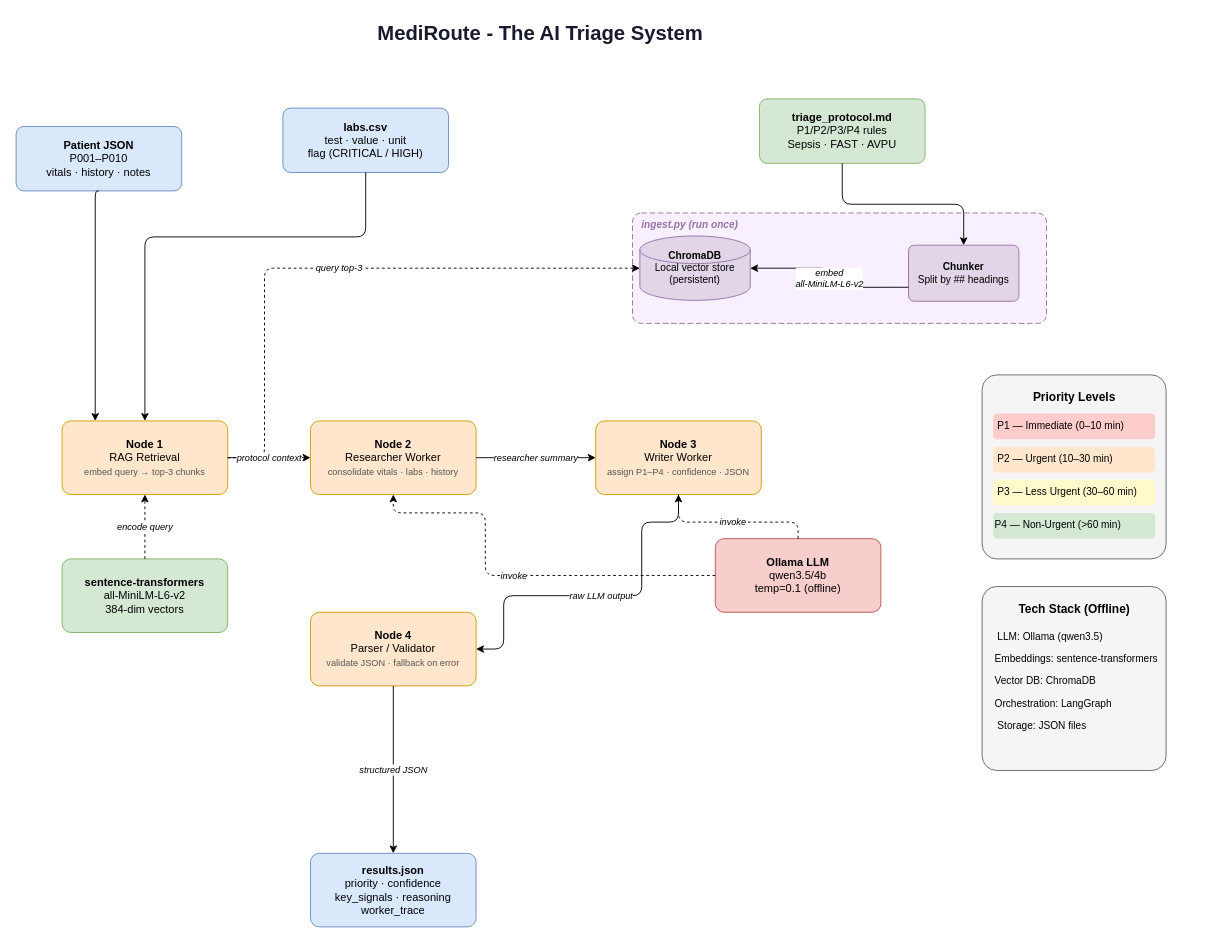
Before: system_diagram/mediroute_architecture.drawio.xml in bottyash/krACCYHackers, a draw.io diagram. Source tidied: cells renumbered, new cells numbered last; positions are measured from the earlier drawing's top-left corner, leaving out a move shared by most shapes. Both pictures are drawn from the tidied source at 92%, with x=0, y=0 at pixel (16, 16).
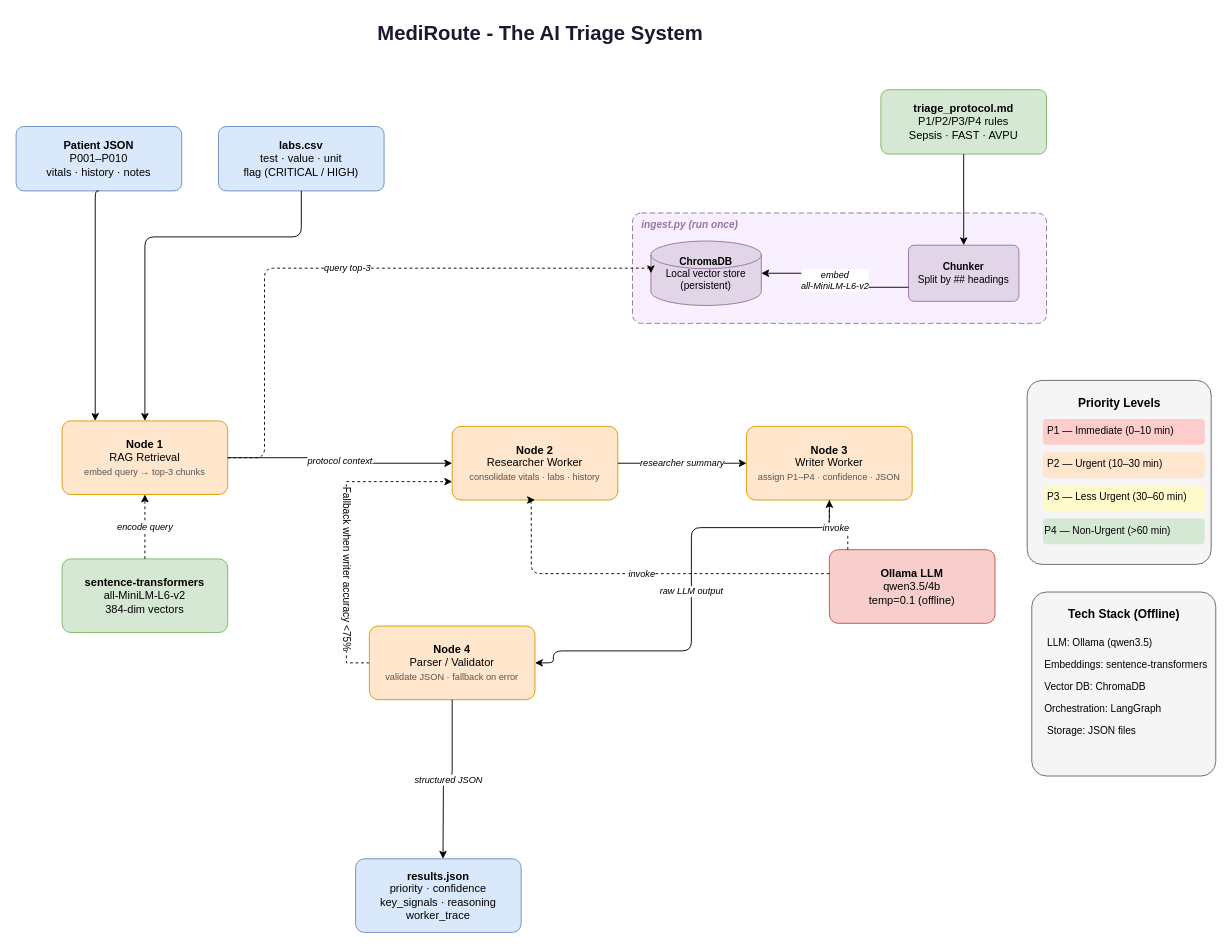
After the change.

Commit message (it also covers changes not shown here):
update system diagram

The change refers to these unchanged cells:
```xml
<mxCell id="11" value="&lt;b&gt;Node 1&lt;/b&gt;&lt;br&gt;RAG Retrieval&lt;br&gt;&lt;font style='font-size:10px;color:#555'&gt;embed query → top-3 chunks&lt;/font&gt;" style="rounded=1;whiteSpace=wrap;html=1;fillColor=#ffe6cc;strokeColor=#d79b00;fontSize=12;arcSize=12;" parent="1" vertex="1">
  <mxGeometry x="50" y="440" width="180" height="80" as="geometry" />
</mxCell>
```

Diff of the diagram source:
```diff
@@
     <mxCell id="4" value="&lt;b&gt;labs.csv&lt;/b&gt;&lt;br&gt;test · value · unit&lt;br&gt;flag (CRITICAL / HIGH)" style="rounded=1;whiteSpace=wrap;html=1;fillColor=#dae8fc;strokeColor=#6c8ebf;fontSize=12;arcSize=12;" parent="1" vertex="1">
-      <mxGeometry x="290" y="100" width="180" height="70" as="geometry" />
+      <mxGeometry x="220" y="120" width="180" height="70" as="geometry" />
     </mxCell>
     <mxCell id="5" value="&lt;b&gt;triage_protocol.md&lt;/b&gt;&lt;br&gt;P1/P2/P3/P4 rules&lt;br&gt;Sepsis · FAST · AVPU" style="rounded=1;whiteSpace=wrap;html=1;fillColor=#d5e8d4;strokeColor=#82b366;fontSize=12;arcSize=12;" parent="1" vertex="1">
-      <mxGeometry x="808" y="90" width="180" height="70" as="geometry" />
+      <mxGeometry x="940" y="80" width="180" height="70" as="geometry" />
     </mxCell>
@@
     <mxCell id="9" value="&lt;b&gt;ChromaDB&lt;/b&gt;&lt;br&gt;Local vector store&lt;br&gt;(persistent)" style="shape=cylinder3;whiteSpace=wrap;html=1;fillColor=#e1d5e7;strokeColor=#9673a6;fontSize=11;" parent="1" vertex="1">
-      <mxGeometry x="678" y="239" width="120" height="70" as="geometry" />
+      <mxGeometry x="690" y="244.5" width="120" height="70" as="geometry" />
     </mxCell>
@@
     <mxCell id="12" value="&lt;b&gt;Node 2&lt;/b&gt;&lt;br&gt;Researcher Worker&lt;br&gt;&lt;font style='font-size:10px;color:#555'&gt;consolidate vitals · labs · history&lt;/font&gt;" style="rounded=1;whiteSpace=wrap;html=1;fillColor=#ffe6cc;strokeColor=#d79b00;fontSize=12;arcSize=12;" parent="1" vertex="1">
-      <mxGeometry x="320" y="440" width="180" height="80" as="geometry" />
+      <mxGeometry x="474" y="446" width="180" height="80" as="geometry" />
     </mxCell>
     <mxCell id="13" value="&lt;b&gt;Node 3&lt;/b&gt;&lt;br&gt;Writer Worker&lt;br&gt;&lt;font style='font-size:10px;color:#555'&gt;assign P1–P4 · confidence · JSON&lt;/font&gt;" style="rounded=1;whiteSpace=wrap;html=1;fillColor=#ffe6cc;strokeColor=#d79b00;fontSize=12;arcSize=12;" parent="1" vertex="1">
-      <mxGeometry x="630" y="440" width="180" height="80" as="geometry" />
+      <mxGeometry x="794" y="446" width="180" height="80" as="geometry" />
     </mxCell>
+    <mxCell id="42" value="Fallback when writer accuracy &amp;lt;75%" style="edgeStyle=orthogonalEdgeStyle;rounded=0;jettySize=auto;html=1;entryX=0;entryY=0.75;entryDx=0;entryDy=0;dashed=1;textDirection=vertical-rl;" parent="1" edge="1" source="14" target="12">
+      <mxGeometry x="-0.24" relative="1" as="geometry">
+        <Array as="points">
+          <mxPoint x="359" y="703" />
+          <mxPoint x="359" y="506" />
+        </Array>
+        <mxPoint y="1" as="offset" />
+      </mxGeometry>
+    </mxCell>
     <mxCell id="14" value="&lt;b&gt;Node 4&lt;/b&gt;&lt;br&gt;Parser / Validator&lt;br&gt;&lt;font style='font-size:10px;color:#555'&gt;validate JSON · fallback on error&lt;/font&gt;" style="rounded=1;whiteSpace=wrap;html=1;fillColor=#ffe6cc;strokeColor=#d79b00;fontSize=12;arcSize=12;" parent="1" vertex="1">
-      <mxGeometry x="320" y="648" width="180" height="80" as="geometry" />
+      <mxGeometry x="384" y="663" width="180" height="80" as="geometry" />
     </mxCell>
     <mxCell id="15" value="&lt;b&gt;Ollama LLM&lt;/b&gt;&lt;br&gt;qwen3.5/4b&lt;div&gt;temp=0.1 (offline)&lt;/div&gt;" style="rounded=1;whiteSpace=wrap;html=1;fillColor=#f8cecc;strokeColor=#b85450;fontSize=12;arcSize=12;" parent="1" vertex="1">
-      <mxGeometry x="760" y="568" width="180" height="80" as="geometry" />
+      <mxGeometry x="884" y="580" width="180" height="80" as="geometry" />
     </mxCell>
@@
     <mxCell id="17" value="&lt;b&gt;results.json&lt;/b&gt;&lt;br&gt;priority · confidence&lt;br&gt;key_signals · reasoning&lt;br&gt;worker_trace" style="rounded=1;whiteSpace=wrap;html=1;fillColor=#dae8fc;strokeColor=#6c8ebf;fontSize=12;arcSize=12;" parent="1" vertex="1">
-      <mxGeometry x="320" y="910" width="180" height="80" as="geometry" />
+      <mxGeometry x="369" y="916" width="180" height="80" as="geometry" />
     </mxCell>
     <mxCell id="18" style="rounded=1;whiteSpace=wrap;html=1;fillColor=#f5f5f5;strokeColor=#666666;arcSize=8;" parent="1" vertex="1">
-      <mxGeometry x="1050" y="390" width="200" height="200" as="geometry" />
+      <mxGeometry x="1099" y="396" width="200" height="200" as="geometry" />
     </mxCell>
     <mxCell id="19" value="&lt;b&gt;Priority Levels&lt;/b&gt;" style="text;html=1;strokeColor=none;fillColor=none;align=center;fontSize=13;" parent="1" vertex="1">
-      <mxGeometry x="1050" y="400" width="200" height="24" as="geometry" />
+      <mxGeometry x="1099" y="406" width="200" height="24" as="geometry" />
     </mxCell>
     <mxCell id="20" value="&amp;nbsp;P1 — Immediate (0–10 min)" style="text;html=1;strokeColor=none;fillColor=#ffcccc;align=left;fontSize=11;rounded=1;" parent="1" vertex="1">
-      <mxGeometry x="1062" y="432" width="176" height="28" as="geometry" />
+      <mxGeometry x="1116" y="438" width="176" height="28" as="geometry" />
     </mxCell>
     <mxCell id="21" value="&amp;nbsp;P2 — Urgent (10–30 min)" style="text;html=1;strokeColor=none;fillColor=#ffe6cc;align=left;fontSize=11;rounded=1;" parent="1" vertex="1">
-      <mxGeometry x="1062" y="468" width="176" height="28" as="geometry" />
+      <mxGeometry x="1116" y="474" width="176" height="28" as="geometry" />
     </mxCell>
     <mxCell id="22" value="&amp;nbsp;P3 — Less Urgent (30–60 min)" style="text;html=1;strokeColor=none;fillColor=#fffacc;align=left;fontSize=11;rounded=1;" parent="1" vertex="1">
-      <mxGeometry x="1062" y="504" width="176" height="28" as="geometry" />
+      <mxGeometry x="1116" y="510" width="176" height="28" as="geometry" />
     </mxCell>
     <mxCell id="23" value="P4 — Non-Urgent (&amp;gt;60 min)" style="text;html=1;strokeColor=none;fillColor=#d5e8d4;align=left;fontSize=11;rounded=1;" parent="1" vertex="1">
-      <mxGeometry x="1062" y="540" width="176" height="28" as="geometry" />
+      <mxGeometry x="1116" y="546" width="176" height="28" as="geometry" />
     </mxCell>
     <mxCell id="24" style="rounded=1;whiteSpace=wrap;html=1;fillColor=#f5f5f5;strokeColor=#666666;arcSize=8;" parent="1" vertex="1">
-      <mxGeometry x="1050" y="620" width="200" height="200" as="geometry" />
+      <mxGeometry x="1104" y="626" width="200" height="200" as="geometry" />
     </mxCell>
     <mxCell id="25" value="&lt;b&gt;Tech Stack (Offline)&lt;/b&gt;" style="text;html=1;strokeColor=none;fillColor=none;align=center;fontSize=13;" parent="1" vertex="1">
-      <mxGeometry x="1050" y="630" width="200" height="24" as="geometry" />
+      <mxGeometry x="1104" y="636" width="200" height="24" as="geometry" />
     </mxCell>
     <mxCell id="26" value="&amp;nbsp;LLM: Ollama (qwen3.5)" style="text;html=1;strokeColor=none;fillColor=none;align=left;fontSize=11;" parent="1" vertex="1">
-      <mxGeometry x="1062" y="662" width="176" height="22" as="geometry" />
+      <mxGeometry x="1116" y="668" width="176" height="22" as="geometry" />
     </mxCell>
     <mxCell id="27" value="Embeddings: sentence-transformers" style="text;html=1;strokeColor=none;fillColor=none;align=left;fontSize=11;" parent="1" vertex="1">
-      <mxGeometry x="1062" y="686" width="176" height="22" as="geometry" />
+      <mxGeometry x="1116" y="692" width="176" height="22" as="geometry" />
     </mxCell>
     <mxCell id="28" value="Vector DB: ChromaDB" style="text;html=1;strokeColor=none;fillColor=none;align=left;fontSize=11;" parent="1" vertex="1">
-      <mxGeometry x="1062" y="710" width="176" height="22" as="geometry" />
+      <mxGeometry x="1116" y="716" width="176" height="22" as="geometry" />
     </mxCell>
     <mxCell id="29" value="Orchestration: LangGraph" style="text;html=1;strokeColor=none;fillColor=none;align=left;fontSize=11;" parent="1" vertex="1">
-      <mxGeometry x="1062" y="734" width="176" height="22" as="geometry" />
+      <mxGeometry x="1116" y="740" width="176" height="22" as="geometry" />
     </mxCell>
     <mxCell id="30" value="&amp;nbsp;Storage: JSON files" style="text;html=1;strokeColor=none;fillColor=none;align=left;fontSize=11;" parent="1" vertex="1">
-      <mxGeometry x="1062" y="758" width="176" height="22" as="geometry" />
+      <mxGeometry x="1116" y="764" width="176" height="22" as="geometry" />
     </mxCell>
@@
     <mxCell id="32" style="edgeStyle=orthogonalEdgeStyle;html=1;exitX=0.5;exitY=1;exitDx=0;exitDy=0;entryX=0.5;entryY=0;entryDx=0;entryDy=0;" parent="1" edge="1" source="4" target="11">
       <mxGeometry relative="1" as="geometry">
         <Array as="points">
-          <mxPoint x="380" y="240" />
+          <mxPoint x="310" y="240" />
           <mxPoint x="140" y="240" />
         </Array>
       </mxGeometry>
     </mxCell>
@@
     <mxCell id="37" value="raw LLM output" style="edgeStyle=orthogonalEdgeStyle;html=1;fontSize=10;fontStyle=2;exitX=0.5;exitY=1;exitDx=0;exitDy=0;entryX=1;entryY=0.5;entryDx=0;entryDy=0;" parent="1" edge="1" source="13" target="14">
       <mxGeometry relative="1" as="geometry">
         <Array as="points">
-          <mxPoint x="720" y="550" />
-          <mxPoint x="680" y="550" />
-          <mxPoint x="680" y="630" />
-          <mxPoint x="530" y="630" />
-          <mxPoint x="530" y="688" />
+          <mxPoint x="884" y="556" />
+          <mxPoint x="734" y="556" />
+          <mxPoint x="734" y="690" />
+          <mxPoint x="584" y="690" />
+          <mxPoint x="584" y="703" />
         </Array>
       </mxGeometry>
     </mxCell>
-    <mxCell id="38" value="structured JSON" style="edgeStyle=orthogonalEdgeStyle;html=1;fontSize=10;fontStyle=2;" parent="1" edge="1" source="14" target="17">
-      <mxGeometry relative="1" as="geometry" />
+    <mxCell id="38" value="structured JSON" style="edgeStyle=orthogonalEdgeStyle;html=1;fontSize=10;fontStyle=2;" parent="1" edge="1" source="14">
+      <mxGeometry relative="1" as="geometry">
+        <mxPoint x="464" y="916" as="targetPoint" />
+      </mxGeometry>
     </mxCell>
     <mxCell id="39" value="invoke" style="edgeStyle=orthogonalEdgeStyle;html=1;dashed=1;fontSize=10;fontStyle=2;entryX=0.5;entryY=1;entryDx=0;entryDy=0;" parent="1" edge="1" source="15" target="12">
       <mxGeometry relative="1" as="geometry">
         <Array as="points">
-          <mxPoint x="510" y="540" />
-          <mxPoint x="410" y="540" />
+          <mxPoint x="560" y="606" />
+          <mxPoint x="560" y="526" />
         </Array>
       </mxGeometry>
     </mxCell>
     <mxCell id="40" value="invoke" style="edgeStyle=orthogonalEdgeStyle;html=1;dashed=1;fontSize=10;fontStyle=2;entryX=0.5;entryY=1;entryDx=0;entryDy=0;" parent="1" edge="1" source="15" target="13">
       <mxGeometry relative="1" as="geometry">
         <Array as="points">
-          <mxPoint x="850" y="550" />
-          <mxPoint x="720" y="550" />
+          <mxPoint x="904" y="556" />
+          <mxPoint x="884" y="556" />
         </Array>
       </mxGeometry>
     </mxCell>
```
